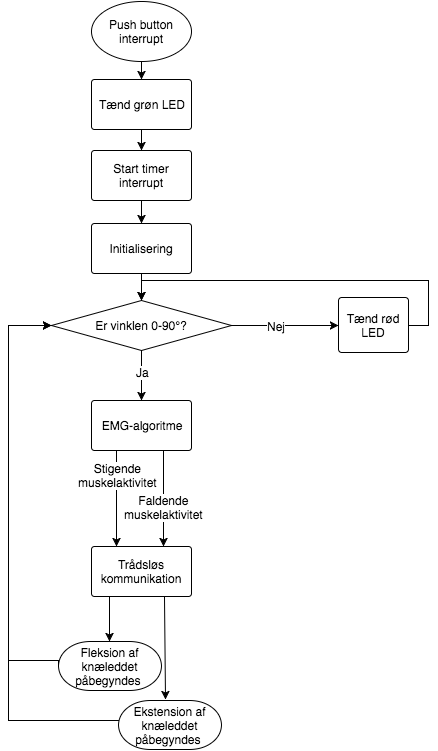
mariakroustrup/ST4 keeps this draw.io diagram as figures/implementering/overordnet_flow.png. Above is the earlier version. Source tidied: cells renumbered, new cells last; positions are measured from the earlier drawing's top-left corner, leaving out a move shared by most shapes. The source it was exported from:
```xml
<mxGraphModel background="#ffffff">
  <root>
    <mxCell id="0" />
    <mxCell id="1" parent="0" />
    <mxCell id="2" value="Push button interrupt" style="strokeWidth=1;html=1;shape=mxgraph.flowchart.start_1;whiteSpace=wrap;" parent="1" vertex="1">
      <mxGeometry x="83" width="100" height="60" as="geometry" />
    </mxCell>
    <mxCell id="3" value="Start timer interrupt" style="strokeWidth=1;html=1;shape=mxgraph.flowchart.process;whiteSpace=wrap;" parent="1" vertex="1">
      <mxGeometry x="83" y="149" width="100" height="50" as="geometry" />
    </mxCell>
    <mxCell id="4" value="Initialisering" style="strokeWidth=1;html=1;shape=mxgraph.flowchart.process;whiteSpace=wrap;" parent="1" vertex="1">
      <mxGeometry x="83" y="222" width="100" height="50" as="geometry" />
    </mxCell>
    <mxCell id="5" value="EMG-algoritme" style="strokeWidth=1;html=1;shape=mxgraph.flowchart.process;whiteSpace=wrap;" parent="1" vertex="1">
      <mxGeometry x="83" y="399" width="100" height="50" as="geometry" />
    </mxCell>
    <mxCell id="6" value="&lt;span&gt;Er vinklen 0-90°?&lt;/span&gt;" style="strokeWidth=1;html=1;shape=mxgraph.flowchart.decision;whiteSpace=wrap;" parent="1" vertex="1">
      <mxGeometry x="43" y="299" width="180" height="50" as="geometry" />
    </mxCell>
    <mxCell id="7" style="edgeStyle=orthogonalEdgeStyle;rounded=0;html=1;exitX=0.5;exitY=1;exitPerimeter=0;entryX=0.5;entryY=0;entryPerimeter=0;startSize=6;jettySize=auto;" parent="1" edge="1" source="3" target="4">
      <mxGeometry relative="1" as="geometry" />
    </mxCell>
    <mxCell id="8" style="edgeStyle=orthogonalEdgeStyle;rounded=0;html=1;exitX=0.5;exitY=1;exitPerimeter=0;entryX=0.5;entryY=0;entryPerimeter=0;startSize=6;jettySize=auto;" parent="1" edge="1" source="4" target="6">
      <mxGeometry relative="1" as="geometry" />
    </mxCell>
    <mxCell id="9" style="edgeStyle=orthogonalEdgeStyle;rounded=0;html=1;exitX=0.5;exitY=1;exitPerimeter=0;entryX=0.5;entryY=0;entryPerimeter=0;startSize=6;jettySize=auto;" parent="1" edge="1" source="6" target="5">
      <mxGeometry relative="1" as="geometry" />
    </mxCell>
    <mxCell id="10" value="Ja" style="text;html=1;align=center;verticalAlign=middle;labelBackgroundColor=#ffffff;" parent="9" vertex="1">
      <mxGeometry x="-0.16" y="1" relative="1" as="geometry" />
    </mxCell>
    <mxCell id="11" value="Trådsløs kommunikation" style="strokeWidth=1;html=1;shape=mxgraph.flowchart.process;whiteSpace=wrap;" parent="1" vertex="1">
      <mxGeometry x="83" y="545" width="100" height="50" as="geometry" />
    </mxCell>
    <mxCell id="12" value="Fleksion af knæleddet påbegyndes&amp;nbsp;" style="strokeWidth=1;html=1;shape=mxgraph.flowchart.terminator;whiteSpace=wrap;" parent="1" vertex="1">
      <mxGeometry x="50" y="640" width="103" height="49" as="geometry" />
    </mxCell>
    <mxCell id="13" style="edgeStyle=orthogonalEdgeStyle;rounded=0;html=1;exitX=0;exitY=0.5;exitPerimeter=0;entryX=0;entryY=0.5;entryPerimeter=0;startSize=6;jettySize=auto;" parent="1" edge="1" source="12" target="6">
      <mxGeometry relative="1" as="geometry">
        <Array as="points">
          <mxPoint y="659" />
          <mxPoint y="324" />
        </Array>
      </mxGeometry>
    </mxCell>
    <mxCell id="14" value="Tænd rød LED" style="strokeWidth=1;html=1;shape=mxgraph.flowchart.process;whiteSpace=wrap;fillColor=#ffffff;gradientColor=#FFFFFF;" parent="1" vertex="1">
      <mxGeometry x="330" y="296" width="70" height="55" as="geometry" />
    </mxCell>
    <mxCell id="15" style="edgeStyle=orthogonalEdgeStyle;rounded=0;html=1;exitX=1;exitY=0.5;exitPerimeter=0;entryX=0;entryY=0.5;entryPerimeter=0;startSize=6;jettySize=auto;" parent="1" edge="1" source="6" target="14">
      <mxGeometry relative="1" as="geometry" />
    </mxCell>
    <mxCell id="16" value="Nej" style="text;html=1;align=center;verticalAlign=middle;labelBackgroundColor=#ffffff;" parent="15" vertex="1">
      <mxGeometry x="-0.37" y="-3" relative="1" as="geometry">
        <mxPoint x="10" y="-3" as="offset" />
      </mxGeometry>
    </mxCell>
    <mxCell id="17" style="endArrow=classic;html=1;entryX=0.25;entryY=0;entryPerimeter=0;exitX=0.25;exitY=1.08;exitPerimeter=0;" parent="1" edge="1">
      <mxGeometry relative="1" as="geometry">
        <mxPoint x="108" y="449" as="sourcePoint" />
        <mxPoint x="108" y="545" as="targetPoint" />
      </mxGeometry>
    </mxCell>
    <mxCell id="18" value="Stigende&lt;div&gt;muskelaktivitet&lt;/div&gt;" style="text;html=1;align=center;verticalAlign=middle;labelBackgroundColor=#ffffff;" parent="17" vertex="1">
      <mxGeometry x="-0.48" y="1" relative="1" as="geometry">
        <mxPoint y="-1" as="offset" />
      </mxGeometry>
    </mxCell>
    <mxCell id="19" style="endArrow=classic;html=1;entryX=0.25;entryY=0;entryPerimeter=0;exitX=0.25;exitY=1.08;exitPerimeter=0;" parent="1" edge="1">
      <mxGeometry x="435" y="474" as="geometry">
        <mxPoint x="155" y="449" as="sourcePoint" />
        <mxPoint x="155" y="545" as="targetPoint" />
      </mxGeometry>
    </mxCell>
    <mxCell id="20" value="&lt;span&gt;Faldende&lt;/span&gt;&lt;div&gt;muskelaktivitet&lt;/div&gt;" style="text;html=1;align=center;verticalAlign=middle;labelBackgroundColor=#ffffff;" parent="19" vertex="1">
      <mxGeometry relative="1" as="geometry">
        <mxPoint y="8" as="offset" />
      </mxGeometry>
    </mxCell>
    <mxCell id="21" style="endArrow=classic;html=1;entryX=0.5;entryY=0;entryPerimeter=0;" parent="1" edge="1">
      <mxGeometry relative="1" as="geometry">
        <mxPoint x="101" y="595" as="sourcePoint" />
        <mxPoint x="101" y="640" as="targetPoint" />
      </mxGeometry>
    </mxCell>
    <mxCell id="22" style="endArrow=classic;html=1;entryX=0.5;entryY=0;entryPerimeter=0;exitX=0.73;exitY=1.04;exitPerimeter=0;" parent="1" edge="1">
      <mxGeometry relative="1" as="geometry">
        <mxPoint x="156" y="596" as="sourcePoint" />
        <mxPoint x="157" y="698" as="targetPoint" />
      </mxGeometry>
    </mxCell>
    <mxCell id="23" style="edgeStyle=orthogonalEdgeStyle;rounded=0;html=1;exitX=0;exitY=0.5;exitPerimeter=0;entryX=0;entryY=0.5;entryPerimeter=0;startSize=6;jettySize=auto;" parent="1" edge="1" target="6">
      <mxGeometry relative="1" as="geometry">
        <mxPoint x="114" y="724" as="sourcePoint" />
        <Array as="points">
          <mxPoint y="719" />
          <mxPoint y="324" />
        </Array>
      </mxGeometry>
    </mxCell>
    <mxCell id="24" value="Ekstension af knæleddet påbegyndes&amp;nbsp;" style="strokeWidth=1;html=1;shape=mxgraph.flowchart.terminator;whiteSpace=wrap;" parent="1" vertex="1">
      <mxGeometry x="110" y="699" width="103" height="49" as="geometry" />
    </mxCell>
    <mxCell id="25" style="edgeStyle=orthogonalEdgeStyle;rounded=0;html=1;exitX=1;exitY=0.5;exitPerimeter=0;entryX=0.5;entryY=0;entryPerimeter=0;startSize=6;jettySize=auto;" parent="1" edge="1" source="14" target="6">
      <mxGeometry relative="1" as="geometry">
        <Array as="points">
          <mxPoint x="420" y="324" />
          <mxPoint x="420" y="279" />
          <mxPoint x="133" y="279" />
        </Array>
      </mxGeometry>
    </mxCell>
    <mxCell id="26" value="Tænd grøn LED" style="strokeWidth=1;html=1;shape=mxgraph.flowchart.process;whiteSpace=wrap;" parent="1" vertex="1">
      <mxGeometry x="83" y="78" width="100" height="50" as="geometry" />
    </mxCell>
    <mxCell id="27" style="edgeStyle=orthogonalEdgeStyle;rounded=0;html=1;exitX=0.5;exitY=1;exitPerimeter=0;entryX=0.5;entryY=0;entryPerimeter=0;startSize=6;jettySize=auto;" parent="1" edge="1" source="2" target="26">
      <mxGeometry relative="1" as="geometry" />
    </mxCell>
    <mxCell id="28" style="edgeStyle=orthogonalEdgeStyle;rounded=0;html=1;exitX=0.5;exitY=1;exitPerimeter=0;entryX=0.5;entryY=0;entryPerimeter=0;startSize=6;jettySize=auto;" parent="1" edge="1" source="26" target="3">
      <mxGeometry relative="1" as="geometry" />
    </mxCell>
  </root>
</mxGraphModel>
```
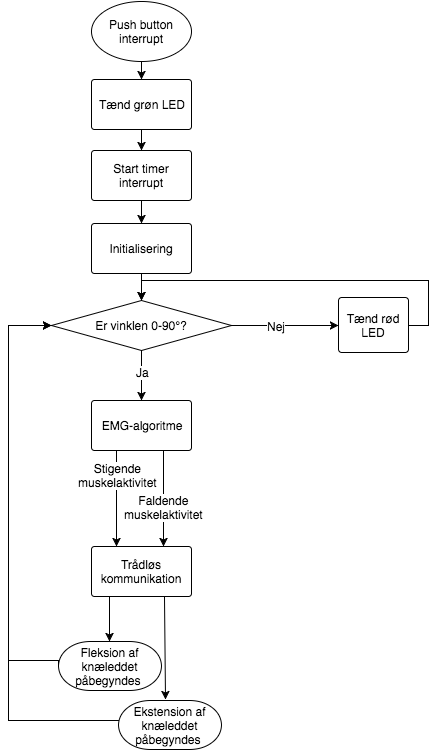
Later version of the same file.

What changed in the source:
```diff
@@ -29,7 +29,7 @@
     <mxCell id="10" value="Ja" style="text;html=1;align=center;verticalAlign=middle;labelBackgroundColor=#ffffff;" parent="9" vertex="1">
       <mxGeometry x="-0.16" y="1" relative="1" as="geometry" />
     </mxCell>
-    <mxCell id="11" value="Trådsløs kommunikation" style="strokeWidth=1;html=1;shape=mxgraph.flowchart.process;whiteSpace=wrap;" parent="1" vertex="1">
+    <mxCell id="11" value="Trådløs kommunikation" style="strokeWidth=1;html=1;shape=mxgraph.flowchart.process;whiteSpace=wrap;" parent="1" vertex="1">
       <mxGeometry x="83" y="545" width="100" height="50" as="geometry" />
     </mxCell>
     <mxCell id="12" value="Fleksion af knæleddet påbegyndes&amp;nbsp;" style="strokeWidth=1;html=1;shape=mxgraph.flowchart.terminator;whiteSpace=wrap;" parent="1" vertex="1">
```
